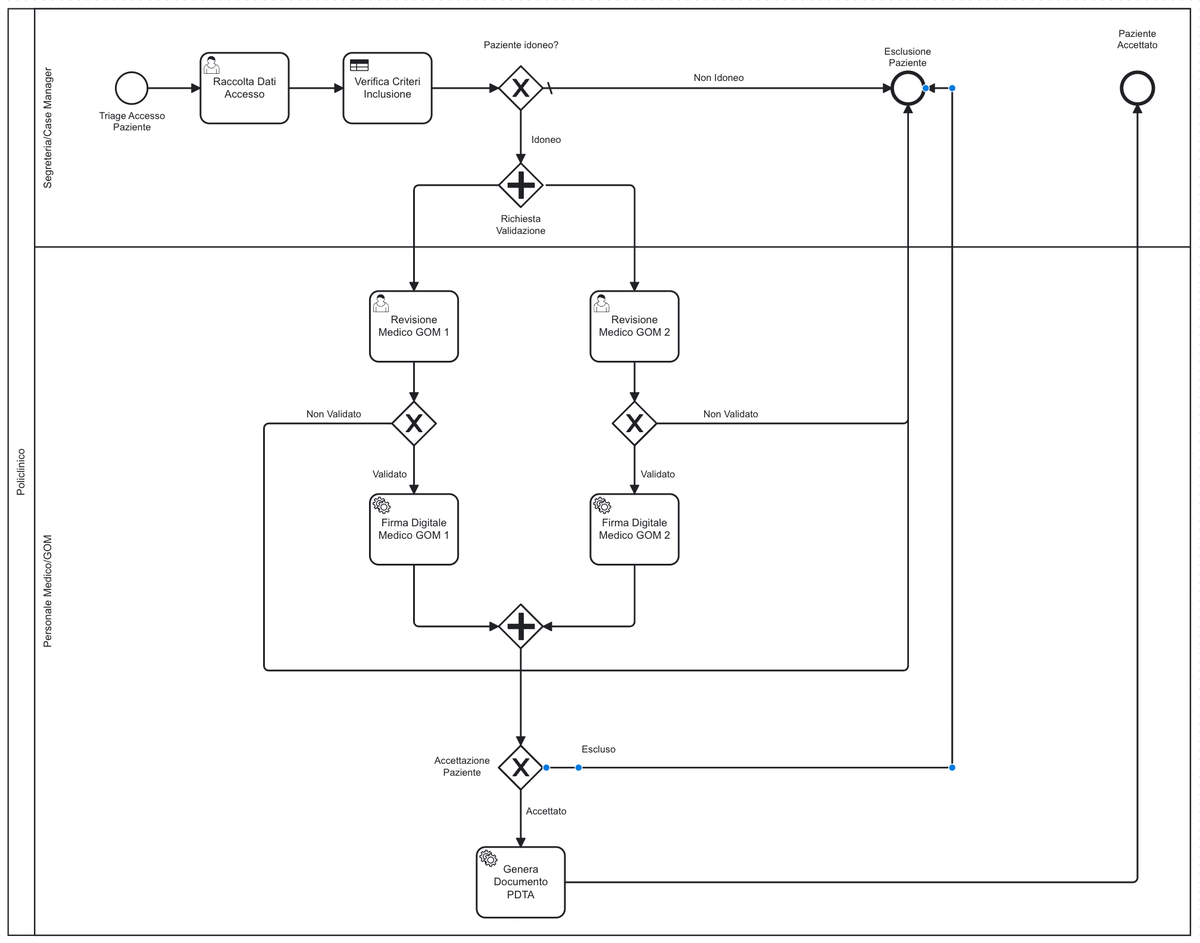
DanieleLucifora/AccettazionePazientePDTA keeps this BPMN diagram as presa_in_carico_pdta.png. Above is the earlier version. Its source is kept beside it as src/main/resources/presa_in_carico_pdta.bpmn. Ids are renumbered.
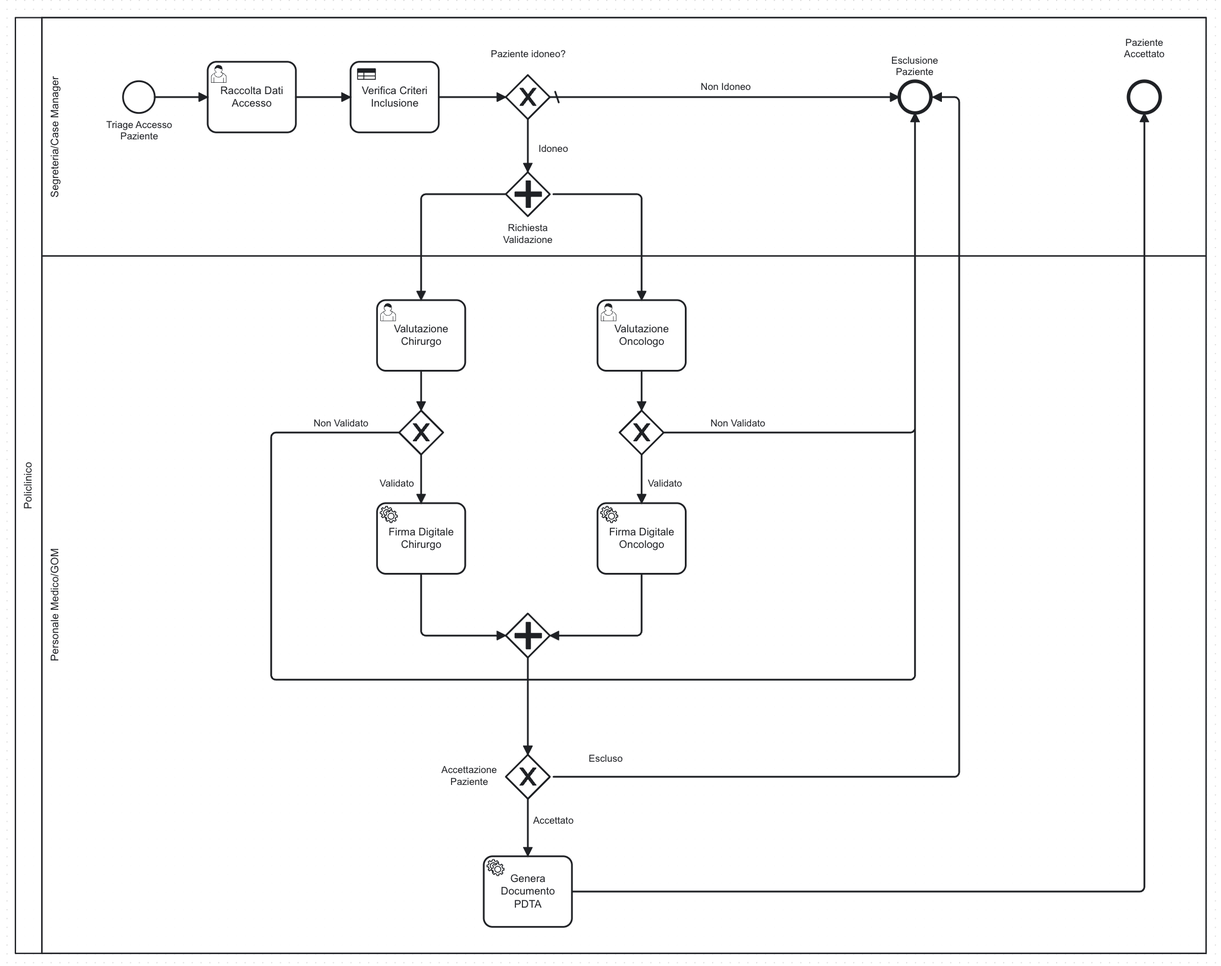
The same file after the commit.

What changed in the source:
```diff
@@ -26,7 +26,7 @@
       </bpmn:lane>
     </bpmn:laneSet>
     <bpmn:sequenceFlow id="Flow_n21" name="Accettato" sourceRef="Gateway_n13" targetRef="Activity_n12">
-      <bpmn:conditionExpression xsi:type="bpmn:tFormalExpression">=gom1Approved = true and gom1Signed = true and gom2Approved = true and gom2Signed = true</bpmn:conditionExpression>
+      <bpmn:conditionExpression xsi:type="bpmn:tFormalExpression">=chirurgoApproved = true and chirurgoSigned = true and oncologoApproved = true and oncologoSigned = true</bpmn:conditionExpression>
     </bpmn:sequenceFlow>
     <bpmn:exclusiveGateway id="Gateway_n13" name="Accettazione Paziente">
       <bpmn:incoming>Flow_n22</bpmn:incoming>
@@ -40,29 +40,29 @@
       <bpmn:incoming>Flow_n23</bpmn:incoming>
     </bpmn:endEvent>
     <bpmn:sequenceFlow id="Flow_n23" name="Escluso" sourceRef="Gateway_n13" targetRef="Event_n18">
-      <bpmn:conditionExpression xsi:type="bpmn:tFormalExpression">=not (gom1Approved = true and gom1Signed = true and gom2Approved = true and gom2Signed = true)</bpmn:conditionExpression>
+      <bpmn:conditionExpression xsi:type="bpmn:tFormalExpression">=not (chirurgoApproved = true and chirurgoSigned = true and oncologoApproved = true and oncologoSigned = true)</bpmn:conditionExpression>
     </bpmn:sequenceFlow>
-    <bpmn:serviceTask id="Activity_n10" name="Firma Digitale Medico GOM 1">
+    <bpmn:serviceTask id="Activity_n10" name="Firma Digitale Chirurgo">
       <bpmn:extensionElements>
         <zeebe:ioMapping>
           <zeebe:input source="=patientID" target="patientID" />
           <zeebe:input source="=diagnosiCode" target="diagnosiCode" />
-          <zeebe:output source="=gom1Signed" target="gom1Signed" />
-          <zeebe:output source="=gom1Signature" target="gom1Signature" />
+          <zeebe:output source="=chirurgoSigned" target="chirurgoSigned" />
+          <zeebe:output source="=chirurgoSignature" target="chirurgoSignature" />
         </zeebe:ioMapping>
-        <zeebe:taskDefinition type="sign-document-gom1" />
+        <zeebe:taskDefinition type="sign-document-chirurgo" />
       </bpmn:extensionElements>
       <bpmn:incoming>Flow_n27</bpmn:incoming>
       <bpmn:outgoing>Flow_n28</bpmn:outgoing>
     </bpmn:serviceTask>
-    <bpmn:serviceTask id="Activity_n11" name="Firma Digitale Medico GOM 2">
+    <bpmn:serviceTask id="Activity_n11" name="Firma Digitale Oncologo">
       <bpmn:extensionElements>
-        <zeebe:taskDefinition type="sign-document-gom2" />
+        <zeebe:taskDefinition type="sign-document-oncologo" />
         <zeebe:ioMapping>
           <zeebe:input source="=patientID" target="patientID" />
           <zeebe:input source="=diagnosiCode" target="diagnosiCode" />
-          <zeebe:output source="=gom2Signed" target="gom2Signed" />
-          <zeebe:output source="=gom2Signature" target="gom2Signature" />
+          <zeebe:output source="=oncologoSigned" target="oncologoSigned" />
+          <zeebe:output source="=oncologoSignature" target="oncologoSignature" />
         </zeebe:ioMapping>
       </bpmn:extensionElements>
       <bpmn:incoming>Flow_n29</bpmn:incoming>
@@ -100,8 +100,8 @@
         <zeebe:ioMapping>
           <zeebe:input source="=patientID" target="patientID" />
           <zeebe:input source="=diagnosiCode" target="diagnosiCode" />
-          <zeebe:input source="=gom1Signature" target="gom1Signature" />
-          <zeebe:input source="=gom2Signature" target="gom2Signature" />
+          <zeebe:input source="=chirurgoSignature" target="chirurgoSignature" />
+          <zeebe:input source="=oncologoSignature" target="oncologoSignature" />
           <zeebe:input source="=patientData" target="patientData" />
           <zeebe:output source="=pdtaDocumentUrl" target="pdtaDocumentUrl" />
         </zeebe:ioMapping>
@@ -114,10 +114,10 @@
     </bpmn:sequenceFlow>
     <bpmn:sequenceFlow id="Flow_n24" name="Non Idoneo" sourceRef="Gateway_n17" targetRef="Event_n18" />
     <bpmn:sequenceFlow id="Flow_n25" name="Non Validato" sourceRef="Gateway_n9" targetRef="Event_n18">
-      <bpmn:conditionExpression xsi:type="bpmn:tFormalExpression">=gom2Approved = false</bpmn:conditionExpression>
+      <bpmn:conditionExpression xsi:type="bpmn:tFormalExpression">=oncologoApproved = false</bpmn:conditionExpression>
     </bpmn:sequenceFlow>
     <bpmn:sequenceFlow id="Flow_n26" name="Non Validato" sourceRef="Gateway_n8" targetRef="Event_n18">
-      <bpmn:conditionExpression xsi:type="bpmn:tFormalExpression">=gom1Approved = false</bpmn:conditionExpression>
+      <bpmn:conditionExpression xsi:type="bpmn:tFormalExpression">=chirurgoApproved = false</bpmn:conditionExpression>
     </bpmn:sequenceFlow>
     <bpmn:exclusiveGateway id="Gateway_n17" name="Paziente idoneo?" default="Flow_n24">
       <bpmn:incoming>Flow_n31</bpmn:incoming>
@@ -132,18 +132,28 @@
       <bpmn:incoming>Flow_n32</bpmn:incoming>
       <bpmn:outgoing>Flow_n36</bpmn:outgoing>
     </bpmn:userTask>
-    <bpmn:userTask id="Activity_n7" name="Revisione Medico GOM 1">
+    <bpmn:userTask id="Activity_n7" name="Valutazione Chirurgo">
       <bpmn:extensionElements>
         <zeebe:userTask />
-        <zeebe:formDefinition formId="validazione-gom1-form" />
+        <zeebe:formDefinition formId="validazione-specialista-form" />
+        <zeebe:assignmentDefinition candidateGroups="CHIRURGHI" />
+        <zeebe:ioMapping>
+          <zeebe:output source="=isApproved" target="chirurgoApproved" />
+          <zeebe:output source="=chirurgoNote" target="note" />
+        </zeebe:ioMapping>
       </bpmn:extensionElements>
       <bpmn:incoming>Flow_n35</bpmn:incoming>
       <bpmn:outgoing>Flow_n37</bpmn:outgoing>
     </bpmn:userTask>
-    <bpmn:userTask id="Activity_n6" name="Revisione Medico GOM 2">
+    <bpmn:userTask id="Activity_n6" name="Valutazione Oncologo">
       <bpmn:extensionElements>
         <zeebe:userTask />
-        <zeebe:formDefinition formId="validazione-gom2-form" />
+        <zeebe:formDefinition formId="validazione-specialista-form" />
+        <zeebe:ioMapping>
+          <zeebe:output source="=isApproved" target="oncologoApproved" />
+          <zeebe:output source="=oncologonote" target="note" />
+        </zeebe:ioMapping>
+        <zeebe:assignmentDefinition candidateGroups="ONCOLOGI" />
       </bpmn:extensionElements>
       <bpmn:incoming>Flow_n34</bpmn:incoming>
       <bpmn:outgoing>Flow_n38</bpmn:outgoing>
@@ -158,10 +168,10 @@
       <bpmn:outgoing>Flow_n32</bpmn:outgoing>
     </bpmn:startEvent>
     <bpmn:sequenceFlow id="Flow_n29" name="Validato" sourceRef="Gateway_n9" targetRef="Activity_n11">
-      <bpmn:conditionExpression xsi:type="bpmn:tFormalExpression">=gom2Approved = true</bpmn:conditionExpression>
+      <bpmn:conditionExpression xsi:type="bpmn:tFormalExpression">=oncologoApproved = true</bpmn:conditionExpression>
     </bpmn:sequenceFlow>
     <bpmn:sequenceFlow id="Flow_n27" name="Validato" sourceRef="Gateway_n8" targetRef="Activity_n10">
-      <bpmn:conditionExpression xsi:type="bpmn:tFormalExpression">=gom1Approved = true</bpmn:conditionExpression>
+      <bpmn:conditionExpression xsi:type="bpmn:tFormalExpression">=chirurgoApproved = true</bpmn:conditionExpression>
     </bpmn:sequenceFlow>
     <bpmn:businessRuleTask id="verifica-criteri-inclusione" name="Verifica Criteri Inclusione">
       <bpmn:extensionElements>
@@ -188,21 +198,38 @@
         <dc:Bounds x="190" y="420" width="1480" height="928" />
         <bpmndi:BPMNLabel />
       </bpmndi:BPMNShape>
+      <bpmndi:BPMNShape id="Gateway_n13_di" bpmnElement="Gateway_n13" isMarkerVisible="true">
+        <dc:Bounds x="716" y="985" width="50" height="50" />
+        <bpmndi:BPMNLabel>
+          <dc:Bounds x="642.5" y="996" width="63" height="27" />
+        </bpmndi:BPMNLabel>
+      </bpmndi:BPMNShape>
       <bpmndi:BPMNShape id="Event_n18_di" bpmnElement="Event_n18">
         <dc:Bounds x="1162" y="222" width="36" height="36" />
         <bpmndi:BPMNLabel>
           <dc:Bounds x="1153" y="192" width="54" height="27" />
         </bpmndi:BPMNLabel>
       </bpmndi:BPMNShape>
-      <bpmndi:BPMNShape id="Activity_06iv00t_di" bpmnElement="verifica-criteri-inclusione">
-        <dc:Bounds x="540" y="200" width="100" height="80" />
+      <bpmndi:BPMNShape id="Activity_n10_di" bpmnElement="Activity_n10">
+        <dc:Bounds x="570" y="700" width="100" height="80" />
         <bpmndi:BPMNLabel />
       </bpmndi:BPMNShape>
-      <bpmndi:BPMNShape id="Event_09li1qz_di" bpmnElement="triage-accesso-paziente">
-        <dc:Bounds x="282" y="222" width="36" height="36" />
-        <bpmndi:BPMNLabel>
-          <dc:Bounds x="263" y="265" width="75" height="27" />
-        </bpmndi:BPMNLabel>
+      <bpmndi:BPMNShape id="BPMNShape_n43" bpmnElement="Activity_n11">
+        <dc:Bounds x="820" y="700" width="100" height="80" />
+        <bpmndi:BPMNLabel />
+      </bpmndi:BPMNShape>
+      <bpmndi:BPMNShape id="BPMNShape_n41" bpmnElement="Gateway_n8" isMarkerVisible="true">
+        <dc:Bounds x="595" y="595" width="50" height="50" />
+      </bpmndi:BPMNShape>
+      <bpmndi:BPMNShape id="BPMNShape_n42" bpmnElement="Gateway_n9" isMarkerVisible="true">
+        <dc:Bounds x="845" y="595" width="50" height="50" />
+      </bpmndi:BPMNShape>
+      <bpmndi:BPMNShape id="Gateway_n14_di" bpmnElement="Gateway_n14">
+        <dc:Bounds x="716" y="825" width="50" height="50" />
+      </bpmndi:BPMNShape>
+      <bpmndi:BPMNShape id="Activity_n12_di" bpmnElement="Activity_n12">
+        <dc:Bounds x="691" y="1100" width="100" height="80" />
+        <bpmndi:BPMNLabel />
       </bpmndi:BPMNShape>
       <bpmndi:BPMNShape id="Gateway_n17_di" bpmnElement="Gateway_n17" isMarkerVisible="true">
         <dc:Bounds x="716" y="215" width="50" height="50" />
@@ -214,12 +241,6 @@
         <dc:Bounds x="378" y="200" width="100" height="80" />
         <bpmndi:BPMNLabel />
       </bpmndi:BPMNShape>
-      <bpmndi:BPMNShape id="Gateway_n19_di" bpmnElement="Gateway_n19">
-        <dc:Bounds x="716" y="325" width="50" height="50" />
-        <bpmndi:BPMNLabel>
-          <dc:Bounds x="713" y="382" width="57" height="27" />
-        </bpmndi:BPMNLabel>
-      </bpmndi:BPMNShape>
       <bpmndi:BPMNShape id="BPMNShape_n40" bpmnElement="Activity_n7">
         <dc:Bounds x="570" y="470" width="100" height="80" />
         <bpmndi:BPMNLabel />
@@ -228,32 +249,21 @@
         <dc:Bounds x="820" y="470" width="100" height="80" />
         <bpmndi:BPMNLabel />
       </bpmndi:BPMNShape>
-      <bpmndi:BPMNShape id="BPMNShape_n41" bpmnElement="Gateway_n8" isMarkerVisible="true">
-        <dc:Bounds x="595" y="595" width="50" height="50" />
-      </bpmndi:BPMNShape>
-      <bpmndi:BPMNShape id="BPMNShape_n42" bpmnElement="Gateway_n9" isMarkerVisible="true">
-        <dc:Bounds x="845" y="595" width="50" height="50" />
-      </bpmndi:BPMNShape>
-      <bpmndi:BPMNShape id="Activity_n10_di" bpmnElement="Activity_n10">
-        <dc:Bounds x="570" y="700" width="100" height="80" />
-        <bpmndi:BPMNLabel />
-      </bpmndi:BPMNShape>
-      <bpmndi:BPMNShape id="BPMNShape_n43" bpmnElement="Activity_n11">
-        <dc:Bounds x="820" y="700" width="100" height="80" />
-        <bpmndi:BPMNLabel />
-      </bpmndi:BPMNShape>
-      <bpmndi:BPMNShape id="Activity_n12_di" bpmnElement="Activity_n12">
-        <dc:Bounds x="691" y="1100" width="100" height="80" />
-        <bpmndi:BPMNLabel />
-      </bpmndi:BPMNShape>
-      <bpmndi:BPMNShape id="Gateway_n13_di" bpmnElement="Gateway_n13" isMarkerVisible="true">
-        <dc:Bounds x="716" y="985" width="50" height="50" />
+      <bpmndi:BPMNShape id="Gateway_n19_di" bpmnElement="Gateway_n19">
+        <dc:Bounds x="716" y="325" width="50" height="50" />
         <bpmndi:BPMNLabel>
-          <dc:Bounds x="642.5" y="996" width="63" height="27" />
+          <dc:Bounds x="713" y="382" width="57" height="27" />
         </bpmndi:BPMNLabel>
       </bpmndi:BPMNShape>
-      <bpmndi:BPMNShape id="Gateway_n14_di" bpmnElement="Gateway_n14">
-        <dc:Bounds x="716" y="825" width="50" height="50" />
+      <bpmndi:BPMNShape id="Event_09li1qz_di" bpmnElement="triage-accesso-paziente">
+        <dc:Bounds x="282" y="222" width="36" height="36" />
+        <bpmndi:BPMNLabel>
+          <dc:Bounds x="263" y="265" width="75" height="27" />
+        </bpmndi:BPMNLabel>
+      </bpmndi:BPMNShape>
+      <bpmndi:BPMNShape id="Activity_06iv00t_di" bpmnElement="verifica-criteri-inclusione">
+        <dc:Bounds x="540" y="200" width="100" height="80" />
+        <bpmndi:BPMNLabel />
       </bpmndi:BPMNShape>
       <bpmndi:BPMNShape id="Event_n20_di" bpmnElement="Event_n20">
         <dc:Bounds x="1422" y="222" width="36" height="36" />
@@ -261,6 +271,71 @@
           <dc:Bounds x="1417" y="172" width="46" height="40" />
         </bpmndi:BPMNLabel>
       </bpmndi:BPMNShape>
+      <bpmndi:BPMNEdge id="Flow_n21_di" bpmnElement="Flow_n21">
+        <di:waypoint x="741" y="1035" />
+        <di:waypoint x="741" y="1100" />
+        <bpmndi:BPMNLabel>
+          <dc:Bounds x="747" y="1053" width="46" height="14" />
+        </bpmndi:BPMNLabel>
+      </bpmndi:BPMNEdge>
+      <bpmndi:BPMNEdge id="Flow_n23_di" bpmnElement="Flow_n23">
+        <di:waypoint x="770" y="1010" />
+        <di:waypoint x="1230" y="1010" />
+        <di:waypoint x="1230" y="240" />
+        <di:waypoint x="1200" y="240" />
+        <bpmndi:BPMNLabel>
+          <dc:Bounds x="810" y="983" width="39" height="14" />
+        </bpmndi:BPMNLabel>
+      </bpmndi:BPMNEdge>
+      <bpmndi:BPMNEdge id="Flow_n31_di" bpmnElement="Flow_n31">
+        <di:waypoint x="640" y="240" />
+        <di:waypoint x="716" y="240" />
+      </bpmndi:BPMNEdge>
+      <bpmndi:BPMNEdge id="Flow_n32_di" bpmnElement="Flow_n32">
+        <di:waypoint x="318" y="240" />
+        <di:waypoint x="378" y="240" />
+      </bpmndi:BPMNEdge>
+      <bpmndi:BPMNEdge id="Flow_n33_di" bpmnElement="Flow_n33">
+        <di:waypoint x="791" y="1140" />
+        <di:waypoint x="1440" y="1140" />
+        <di:waypoint x="1440" y="258" />
+      </bpmndi:BPMNEdge>
+      <bpmndi:BPMNEdge id="Flow_n28_di" bpmnElement="Flow_n28">
+        <di:waypoint x="620" y="780" />
+        <di:waypoint x="620" y="850" />
+        <di:waypoint x="716" y="850" />
+      </bpmndi:BPMNEdge>
+      <bpmndi:BPMNEdge id="Flow_n34_di" bpmnElement="Flow_n34">
+        <di:waypoint x="770" y="350" />
+        <di:waypoint x="870" y="350" />
+        <di:waypoint x="870" y="470" />
+      </bpmndi:BPMNEdge>
+      <bpmndi:BPMNEdge id="Flow_n35_di" bpmnElement="Flow_n35">
+        <di:waypoint x="716" y="350" />
+        <di:waypoint x="620" y="350" />
+        <di:waypoint x="620" y="470" />
+      </bpmndi:BPMNEdge>
+      <bpmndi:BPMNEdge id="Flow_n30_di" bpmnElement="Flow_n30">
+        <di:waypoint x="870" y="780" />
+        <di:waypoint x="870" y="850" />
+        <di:waypoint x="766" y="850" />
+      </bpmndi:BPMNEdge>
+      <bpmndi:BPMNEdge id="Flow_n36_di" bpmnElement="Flow_n36">
+        <di:waypoint x="478" y="240" />
+        <di:waypoint x="540" y="240" />
+      </bpmndi:BPMNEdge>
+      <bpmndi:BPMNEdge id="Flow_n37_di" bpmnElement="Flow_n37">
+        <di:waypoint x="620" y="550" />
+        <di:waypoint x="620" y="595" />
+      </bpmndi:BPMNEdge>
+      <bpmndi:BPMNEdge id="Flow_n38_di" bpmnElement="Flow_n38">
+        <di:waypoint x="870" y="550" />
+        <di:waypoint x="870" y="595" />
+      </bpmndi:BPMNEdge>
+      <bpmndi:BPMNEdge id="Flow_n22_di" bpmnElement="Flow_n22">
+        <di:waypoint x="741" y="875" />
+        <di:waypoint x="741" y="985" />
+      </bpmndi:BPMNEdge>
       <bpmndi:BPMNEdge id="Flow_n39_di" bpmnElement="Flow_n39">
         <di:waypoint x="741" y="265" />
         <di:waypoint x="741" y="325" />
@@ -274,16 +349,6 @@
         <bpmndi:BPMNLabel>
           <dc:Bounds x="937" y="222" width="57" height="14" />
         </bpmndi:BPMNLabel>
-      </bpmndi:BPMNEdge>
-      <bpmndi:BPMNEdge id="Flow_n35_di" bpmnElement="Flow_n35">
-        <di:waypoint x="716" y="350" />
-        <di:waypoint x="620" y="350" />
-        <di:waypoint x="620" y="470" />
-      </bpmndi:BPMNEdge>
-      <bpmndi:BPMNEdge id="Flow_n34_di" bpmnElement="Flow_n34">
-        <di:waypoint x="770" y="350" />
-        <di:waypoint x="870" y="350" />
-        <di:waypoint x="870" y="470" />
       </bpmndi:BPMNEdge>
       <bpmndi:BPMNEdge id="Flow_n25_di" bpmnElement="Flow_n25">
         <di:waypoint x="895" y="620" />
@@ -303,26 +368,6 @@
           <dc:Bounds x="498" y="603" width="63" height="14" />
         </bpmndi:BPMNLabel>
       </bpmndi:BPMNEdge>
-      <bpmndi:BPMNEdge id="Flow_n38_di" bpmnElement="Flow_n38">
-        <di:waypoint x="870" y="550" />
-        <di:waypoint x="870" y="595" />
-      </bpmndi:BPMNEdge>
-      <bpmndi:BPMNEdge id="Flow_n37_di" bpmnElement="Flow_n37">
-        <di:waypoint x="620" y="550" />
-        <di:waypoint x="620" y="595" />
-      </bpmndi:BPMNEdge>
-      <bpmndi:BPMNEdge id="Flow_n31_di" bpmnElement="Flow_n31">
-        <di:waypoint x="640" y="240" />
-        <di:waypoint x="716" y="240" />
-      </bpmndi:BPMNEdge>
-      <bpmndi:BPMNEdge id="Flow_n36_di" bpmnElement="Flow_n36">
-        <di:waypoint x="478" y="240" />
-        <di:waypoint x="540" y="240" />
-      </bpmndi:BPMNEdge>
-      <bpmndi:BPMNEdge id="Flow_n32_di" bpmnElement="Flow_n32">
-        <di:waypoint x="318" y="240" />
-        <di:waypoint x="378" y="240" />
-      </bpmndi:BPMNEdge>
       <bpmndi:BPMNEdge id="Flow_n29_di" bpmnElement="Flow_n29">
         <di:waypoint x="870" y="645" />
         <di:waypoint x="870" y="700" />
@@ -337,41 +382,6 @@
           <dc:Bounds x="573" y="671" width="39" height="14" />
         </bpmndi:BPMNLabel>
       </bpmndi:BPMNEdge>
-      <bpmndi:BPMNEdge id="Flow_n28_di" bpmnElement="Flow_n28">
-        <di:waypoint x="620" y="780" />
-        <di:waypoint x="620" y="850" />
-        <di:waypoint x="716" y="850" />
-      </bpmndi:BPMNEdge>
-      <bpmndi:BPMNEdge id="Flow_n30_di" bpmnElement="Flow_n30">
-        <di:waypoint x="870" y="780" />
-        <di:waypoint x="870" y="850" />
-        <di:waypoint x="766" y="850" />
-      </bpmndi:BPMNEdge>
-      <bpmndi:BPMNEdge id="Flow_n21_di" bpmnElement="Flow_n21">
-        <di:waypoint x="741" y="1035" />
-        <di:waypoint x="741" y="1100" />
-        <bpmndi:BPMNLabel>
-          <dc:Bounds x="747" y="1053" width="46" height="14" />
-        </bpmndi:BPMNLabel>
-      </bpmndi:BPMNEdge>
-      <bpmndi:BPMNEdge id="Flow_n23_di" bpmnElement="Flow_n23">
-        <di:waypoint x="770" y="1010" />
-        <di:waypoint x="1230" y="1010" />
-        <di:waypoint x="1230" y="240" />
-        <di:waypoint x="1200" y="240" />
-        <bpmndi:BPMNLabel>
-          <dc:Bounds x="810" y="983" width="39" height="14" />
-        </bpmndi:BPMNLabel>
-      </bpmndi:BPMNEdge>
-      <bpmndi:BPMNEdge id="Flow_n33_di" bpmnElement="Flow_n33">
-        <di:waypoint x="791" y="1140" />
-        <di:waypoint x="1440" y="1140" />
-        <di:waypoint x="1440" y="258" />
-      </bpmndi:BPMNEdge>
-      <bpmndi:BPMNEdge id="Flow_n22_di" bpmnElement="Flow_n22">
-        <di:waypoint x="741" y="875" />
-        <di:waypoint x="741" y="985" />
-      </bpmndi:BPMNEdge>
     </bpmndi:BPMNPlane>
   </bpmndi:BPMNDiagram>
 </bpmn:definitions>
```
